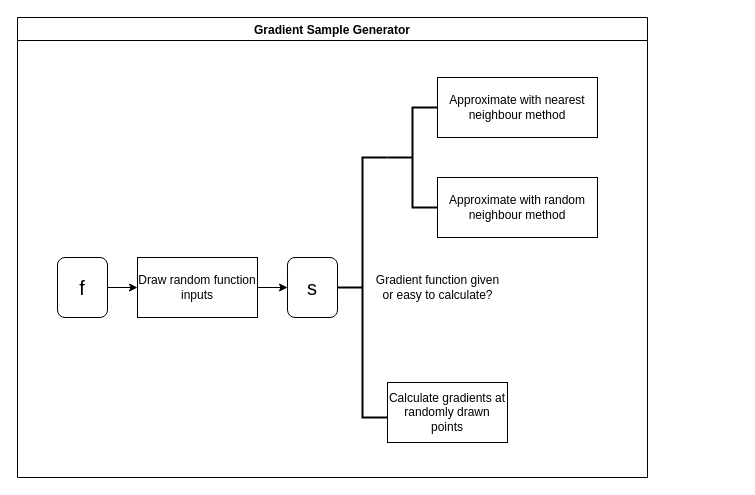
Before: graphics/GradientGen.drawio in crschnick/Master-Thesis, a draw.io diagram. Source tidied: cells renumbered, new cells numbered last; positions are measured from the earlier drawing's top-left corner, leaving out a move shared by most shapes. Both pictures are drawn from the tidied source at 100%, with x=0, y=0 at pixel (17, 17).
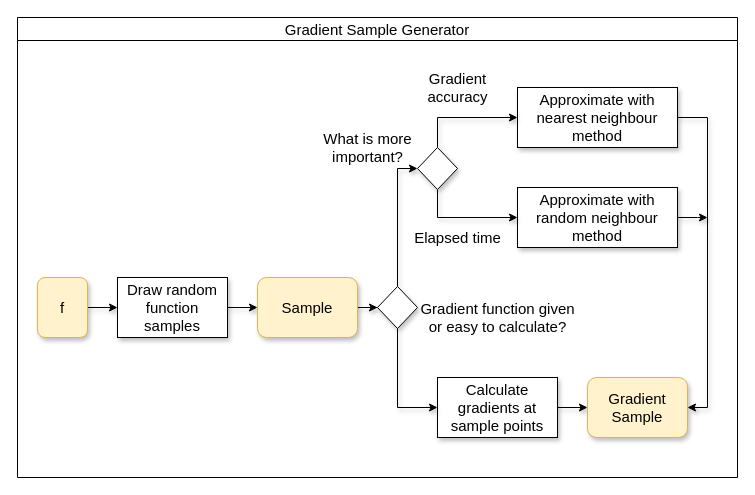
The same page after the edit.

What changed in the source:
```diff
@@
-    <mxCell id="2" value="Gradient Sample Generator" style="swimlane;" parent="1" vertex="1">
-      <mxGeometry width="630" height="460" as="geometry" />
+    <mxCell id="2" value="Gradient Sample Generator" style="swimlane;fontSize=15;fontStyle=0;" parent="1" vertex="1">
+      <mxGeometry width="720" height="460" as="geometry" />
     </mxCell>
-    <mxCell id="3" style="edgeStyle=orthogonalEdgeStyle;rounded=0;jettySize=auto;html=1;entryX=0;entryY=0.5;entryDx=0;entryDy=0;" parent="2" edge="1" source="4" target="12">
+    <mxCell id="3" style="edgeStyle=orthogonalEdgeStyle;rounded=0;jettySize=auto;html=1;entryX=0;entryY=0.5;entryDx=0;entryDy=0;fontSize=15;shadow=1;" parent="2" edge="1" source="4" target="12">
       <mxGeometry relative="1" as="geometry" />
     </mxCell>
-    <mxCell id="4" value="&lt;font style=&quot;font-size: 20px&quot;&gt;f&lt;/font&gt;" style="rounded=1;whiteSpace=wrap;html=1;" parent="2" vertex="1">
-      <mxGeometry x="40" y="240" width="50" height="60" as="geometry" />
+    <mxCell id="4" value="&lt;font style=&quot;font-size: 15px;&quot;&gt;f&lt;/font&gt;" style="rounded=1;whiteSpace=wrap;html=1;fontSize=15;fillColor=#fff2cc;strokeColor=#d6b656;shadow=1;" parent="2" vertex="1">
+      <mxGeometry x="20" y="260" width="50" height="60" as="geometry" />
     </mxCell>
-    <mxCell id="5" value="&lt;div&gt;Gradient function given&lt;/div&gt;&lt;div&gt;or easy to calculate?&lt;/div&gt;" style="text;html=1;align=center;verticalAlign=middle;strokeColor=none;" parent="2" vertex="1">
-      <mxGeometry x="350" y="255" width="140" height="30" as="geometry" />
+    <mxCell id="5" value="&lt;div style=&quot;font-size: 15px;&quot;&gt;Gradient function given&lt;/div&gt;&lt;div style=&quot;font-size: 15px;&quot;&gt;or easy to calculate?&lt;/div&gt;" style="text;html=1;align=center;verticalAlign=middle;strokeColor=none;fontSize=15;shadow=1;" parent="2" vertex="1">
+      <mxGeometry x="395" y="280" width="170" height="40" as="geometry" />
     </mxCell>
-    <mxCell id="6" style="strokeWidth=2;html=1;shape=mxgraph.flowchart.annotation_2;align=left;labelPosition=right;perimeterSpacing=0;" parent="2" vertex="1">
-      <mxGeometry x="320" y="140" width="50" height="260" as="geometry" />
-    </mxCell>
+    <mxCell id="14" style="edgeStyle=orthogonalEdgeStyle;rounded=0;jettySize=auto;html=1;entryX=0;entryY=0.5;entryDx=0;entryDy=0;fontSize=15;shadow=1;" parent="2" edge="1" source="7" target="26">
+      <mxGeometry relative="1" as="geometry" />
+    </mxCell>
-    <mxCell id="7" value="Calculate gradients at randomly drawn points" style="rounded=0;whiteSpace=wrap;html=1;" parent="2" vertex="1">
-      <mxGeometry x="370" y="365" width="120" height="60" as="geometry" />
+    <mxCell id="7" value="Calculate gradients at sample points" style="rounded=0;whiteSpace=wrap;html=1;fontSize=15;shadow=1;" parent="2" vertex="1">
+      <mxGeometry x="420" y="360" width="120" height="60" as="geometry" />
     </mxCell>
-    <mxCell id="8" style="strokeWidth=2;html=1;shape=mxgraph.flowchart.annotation_2;align=left;labelPosition=right;sketch=0;" parent="2" vertex="1">
-      <mxGeometry x="370" y="90" width="50" height="100" as="geometry" />
-    </mxCell>
+    <mxCell id="15" style="edgeStyle=orthogonalEdgeStyle;rounded=0;jettySize=auto;html=1;fontSize=15;entryX=1;entryY=0.5;entryDx=0;entryDy=0;shadow=1;" parent="2" edge="1" source="9" target="26">
+      <mxGeometry relative="1" as="geometry">
+        <Array as="points">
+          <mxPoint x="690" y="100" />
+          <mxPoint x="690" y="390" />
+        </Array>
+      </mxGeometry>
+    </mxCell>
-    <mxCell id="9" value="Approximate with nearest neighbour method " style="rounded=0;whiteSpace=wrap;html=1;" parent="2" vertex="1">
-      <mxGeometry x="420" y="60" width="160" height="60" as="geometry" />
+    <mxCell id="9" value="Approximate with nearest neighbour method " style="rounded=0;whiteSpace=wrap;html=1;fontSize=15;shadow=1;" parent="2" vertex="1">
+      <mxGeometry x="500" y="70" width="160" height="60" as="geometry" />
     </mxCell>
-    <mxCell id="10" value="Approximate with random neighbour method " style="rounded=0;whiteSpace=wrap;html=1;" parent="2" vertex="1">
-      <mxGeometry x="420" y="160" width="160" height="60" as="geometry" />
+    <mxCell id="10" value="Approximate with random neighbour method " style="rounded=0;whiteSpace=wrap;html=1;fontSize=15;shadow=1;" parent="2" vertex="1">
+      <mxGeometry x="500" y="170" width="160" height="60" as="geometry" />
     </mxCell>
-    <mxCell id="11" style="edgeStyle=orthogonalEdgeStyle;rounded=0;jettySize=auto;html=1;entryX=0;entryY=0.5;entryDx=0;entryDy=0;" parent="2" edge="1" source="12" target="13">
+    <mxCell id="11" style="edgeStyle=orthogonalEdgeStyle;rounded=0;jettySize=auto;html=1;entryX=0;entryY=0.5;entryDx=0;entryDy=0;fontSize=15;shadow=1;" parent="2" edge="1" source="12" target="13">
       <mxGeometry relative="1" as="geometry" />
     </mxCell>
-    <mxCell id="12" value="Draw random function inputs" style="rounded=0;whiteSpace=wrap;html=1;" parent="2" vertex="1">
-      <mxGeometry x="120" y="240" width="120" height="60" as="geometry" />
+    <mxCell id="12" value="Draw random function samples" style="rounded=0;whiteSpace=wrap;html=1;fontSize=15;shadow=1;" parent="2" vertex="1">
+      <mxGeometry x="100" y="260" width="110" height="60" as="geometry" />
     </mxCell>
+    <mxCell id="16" style="edgeStyle=orthogonalEdgeStyle;rounded=0;jettySize=auto;html=1;fontSize=15;shadow=1;" parent="2" edge="1" source="13" target="19">
+      <mxGeometry relative="1" as="geometry" />
+    </mxCell>
-    <mxCell id="13" value="&lt;font style=&quot;font-size: 20px&quot;&gt;s&lt;/font&gt;" style="rounded=1;whiteSpace=wrap;html=1;" parent="2" vertex="1">
-      <mxGeometry x="270" y="240" width="50" height="60" as="geometry" />
+    <mxCell id="13" value="&lt;font style=&quot;font-size: 15px;&quot;&gt;Sample&lt;/font&gt;" style="rounded=1;whiteSpace=wrap;html=1;fontSize=15;fillColor=#fff2cc;strokeColor=#d6b656;shadow=1;" parent="2" vertex="1">
+      <mxGeometry x="240" y="260" width="100" height="60" as="geometry" />
     </mxCell>
+    <mxCell id="17" style="edgeStyle=orthogonalEdgeStyle;rounded=0;jettySize=auto;html=1;entryX=0;entryY=0.5;entryDx=0;entryDy=0;fontSize=15;shadow=1;" parent="2" edge="1" source="19" target="22">
+      <mxGeometry relative="1" as="geometry" />
+    </mxCell>
+    <mxCell id="18" style="edgeStyle=orthogonalEdgeStyle;rounded=0;jettySize=auto;html=1;entryX=0;entryY=0.5;entryDx=0;entryDy=0;fontSize=15;shadow=1;" parent="2" edge="1" source="19" target="7">
+      <mxGeometry relative="1" as="geometry">
+        <Array as="points">
+          <mxPoint x="380" y="390" />
+        </Array>
+      </mxGeometry>
+    </mxCell>
+    <mxCell id="19" style="rhombus;whiteSpace=wrap;html=1;shadow=1;sketch=0;fontSize=15;" parent="2" vertex="1">
+      <mxGeometry x="360" y="269" width="40" height="42" as="geometry" />
+    </mxCell>
+    <mxCell id="20" style="edgeStyle=orthogonalEdgeStyle;rounded=0;jettySize=auto;html=1;fontSize=15;shadow=1;" parent="2" edge="1" source="22" target="9">
+      <mxGeometry relative="1" as="geometry">
+        <Array as="points">
+          <mxPoint x="420" y="100" />
+        </Array>
+      </mxGeometry>
+    </mxCell>
+    <mxCell id="21" style="edgeStyle=orthogonalEdgeStyle;rounded=0;jettySize=auto;html=1;entryX=0;entryY=0.5;entryDx=0;entryDy=0;fontSize=15;shadow=1;" parent="2" edge="1" source="22" target="10">
+      <mxGeometry relative="1" as="geometry">
+        <Array as="points">
+          <mxPoint x="420" y="200" />
+        </Array>
+      </mxGeometry>
+    </mxCell>
+    <mxCell id="22" style="rhombus;whiteSpace=wrap;html=1;shadow=1;sketch=0;fontSize=15;" parent="2" vertex="1">
+      <mxGeometry x="400" y="130" width="40" height="42" as="geometry" />
+    </mxCell>
+    <mxCell id="23" value="&lt;div style=&quot;font-size: 15px;&quot;&gt;What is more&lt;/div&gt;&lt;div style=&quot;font-size: 15px;&quot;&gt;important?&lt;/div&gt;" style="text;html=1;align=center;verticalAlign=middle;strokeColor=none;fontSize=15;shadow=1;" parent="2" vertex="1">
+      <mxGeometry x="300" y="110" width="100" height="40" as="geometry" />
+    </mxCell>
+    <mxCell id="24" value="Elapsed time" style="text;html=1;align=center;verticalAlign=middle;strokeColor=none;fontSize=15;shadow=1;" parent="2" vertex="1">
+      <mxGeometry x="390" y="210" width="100" height="20" as="geometry" />
+    </mxCell>
+    <mxCell id="25" value="Gradient&lt;br style=&quot;font-size: 15px;&quot;&gt;accuracy" style="text;html=1;align=center;verticalAlign=middle;strokeColor=none;fontSize=15;shadow=1;" parent="2" vertex="1">
+      <mxGeometry x="400" y="50" width="80" height="40" as="geometry" />
+    </mxCell>
+    <mxCell id="26" value="&lt;font style=&quot;font-size: 15px&quot;&gt;Gradient Sample&lt;/font&gt;" style="rounded=1;whiteSpace=wrap;html=1;fontSize=15;fillColor=#fff2cc;strokeColor=#d6b656;shadow=1;" parent="2" vertex="1">
+      <mxGeometry x="570" y="360" width="100" height="60" as="geometry" />
+    </mxCell>
+    <mxCell id="27" style="edgeStyle=orthogonalEdgeStyle;rounded=0;jettySize=auto;html=1;fontSize=15;shadow=1;" parent="1" edge="1" source="10">
+      <mxGeometry relative="1" as="geometry">
+        <mxPoint x="690" y="200" as="targetPoint" />
+      </mxGeometry>
+    </mxCell>
```
